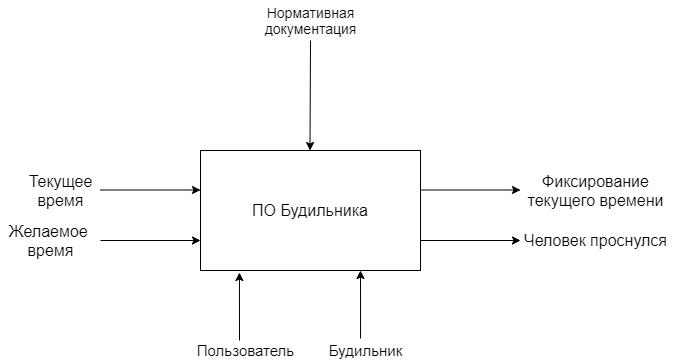
This is IDEF0.png from krimberg/Alarm-clock, a draw.io export, as it was before one commit. Source tidied: cells renumbered, new cells last; positions are measured from the earlier drawing's top-left corner, leaving out a move shared by most shapes.
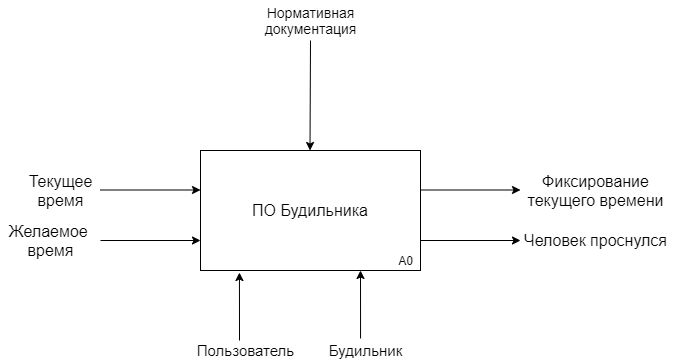
After the change.

What changed in the source:
```diff
@@ -67,5 +67,8 @@
     <mxCell id="16" value="&lt;font style=&quot;font-size: 14px&quot;&gt;Нормативная&lt;br&gt;документация&lt;/font&gt;" style="text;html=1;align=center;verticalAlign=middle;" parent="1" vertex="1">
       <mxGeometry x="255" width="110" height="40" as="geometry" />
     </mxCell>
+    <mxCell id="17" value="A0" style="text;html=1;align=center;verticalAlign=middle;" parent="1" vertex="1">
+      <mxGeometry x="390" y="250" width="30" height="20" as="geometry" />
+    </mxCell>
   </root>
 </mxGraphModel>
```
